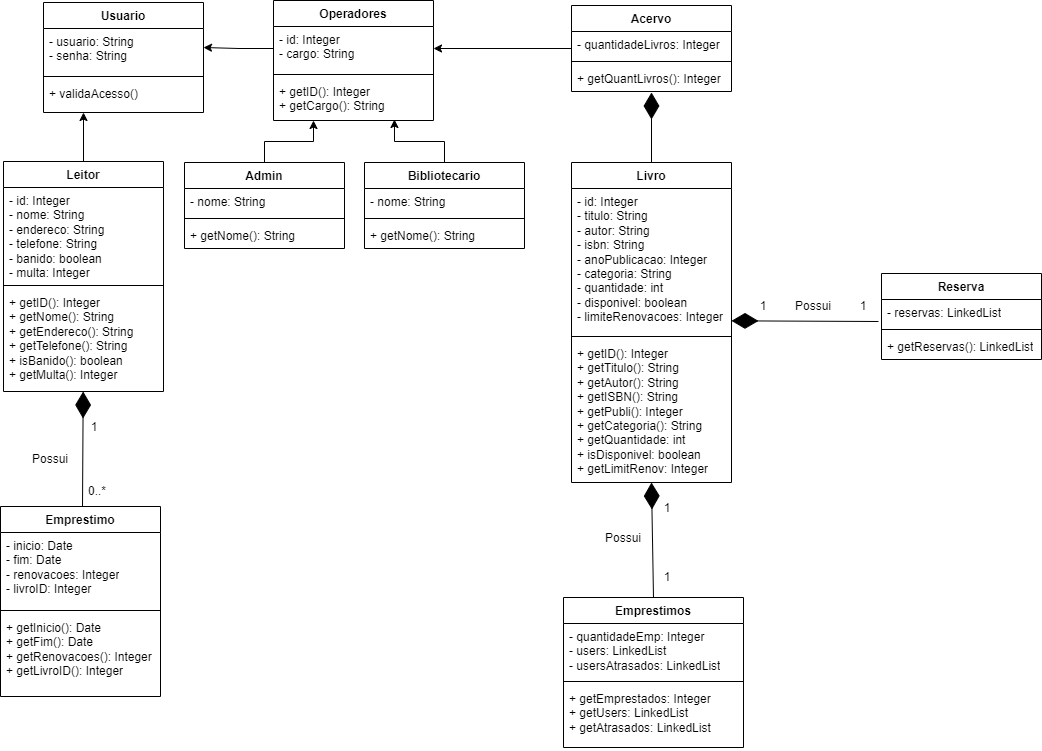
Above: docs/DiagramaClasses.png in micaelmz/library-management-system (draw.io), before the change. Source tidied: cells renumbered, new cells last; positions are measured from the earlier drawing's top-left corner, leaving out a move shared by most shapes.
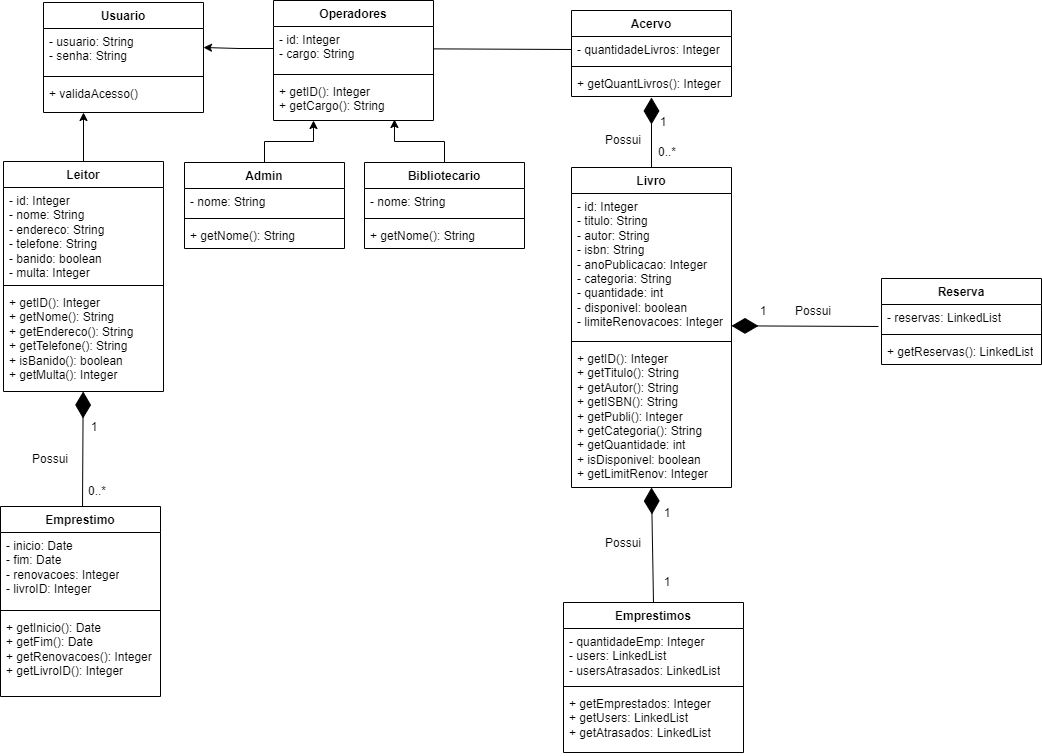
Later version of the same file.

Commit message:
📚docs: Atualização no Diagrama de Classes

The edit, as a diff of the source:
```diff
@@ -60,7 +60,7 @@
       <mxGeometry y="60" width="160" height="26" as="geometry" />
     </mxCell>
     <mxCell id="21" value="Livro" style="swimlane;fontStyle=1;align=center;verticalAlign=top;horizontal=1;startSize=26;whiteSpace=wrap;html=1;labelBackgroundColor=none;" parent="1" vertex="1">
-      <mxGeometry x="571" y="162" width="160" height="320" as="geometry" />
+      <mxGeometry x="571" y="167" width="160" height="320" as="geometry" />
     </mxCell>
     <mxCell id="22" value="- id: Integer&lt;br&gt;- titulo: String&lt;br&gt;- autor: String&lt;br&gt;- isbn: String&lt;br&gt;- anoPublicacao: Integer&lt;br&gt;- categoria: String&lt;br&gt;- quantidade: int&lt;br&gt;- disponivel: boolean&lt;br&gt;- limiteRenovacoes: Integer" style="text;strokeColor=none;fillColor=none;align=left;verticalAlign=top;spacingLeft=4;spacingRight=4;overflow=hidden;points=[[0,0.5],[1,0.5]];portConstraint=eastwest;whiteSpace=wrap;html=1;labelBackgroundColor=none;" parent="21" vertex="1">
       <mxGeometry y="26" width="160" height="144" as="geometry" />
@@ -74,11 +74,8 @@
     <mxCell id="25" style="endArrow=diamondThin;endFill=1;endSize=24;html=1;rounded=0;exitX=0.25;exitY=1;exitDx=0;exitDy=0;labelBackgroundColor=none;fontColor=default;" parent="1" edge="1" source="46" target="10">
       <mxGeometry relative="1" as="geometry" />
     </mxCell>
-    <mxCell id="26" style="edgeStyle=orthogonalEdgeStyle;rounded=0;jettySize=auto;html=1;entryX=1;entryY=0.5;entryDx=0;entryDy=0;labelBackgroundColor=none;fontColor=default;" parent="1" edge="1" source="27" target="42">
-      <mxGeometry relative="1" as="geometry" />
-    </mxCell>
     <mxCell id="27" value="Acervo" style="swimlane;fontStyle=1;align=center;verticalAlign=top;horizontal=1;startSize=26;whiteSpace=wrap;html=1;labelBackgroundColor=none;" parent="1" vertex="1">
-      <mxGeometry x="571" y="5" width="160" height="86" as="geometry" />
+      <mxGeometry x="571" y="10" width="160" height="86" as="geometry" />
     </mxCell>
     <mxCell id="28" value="- quantidadeLivros: Integer" style="text;strokeColor=none;fillColor=none;align=left;verticalAlign=top;spacingLeft=4;spacingRight=4;overflow=hidden;points=[[0,0.5],[1,0.5]];portConstraint=eastwest;whiteSpace=wrap;html=1;labelBackgroundColor=none;" parent="27" vertex="1">
       <mxGeometry y="26" width="160" height="26" as="geometry" />
@@ -105,7 +102,7 @@
       <mxGeometry y="108" width="160" height="82" as="geometry" />
     </mxCell>
     <mxCell id="36" value="Reserva" style="swimlane;fontStyle=1;align=center;verticalAlign=top;horizontal=1;startSize=26;whiteSpace=wrap;html=1;labelBackgroundColor=none;" parent="1" vertex="1">
-      <mxGeometry x="881" y="273" width="160" height="86" as="geometry" />
+      <mxGeometry x="881" y="278" width="160" height="86" as="geometry" />
     </mxCell>
     <mxCell id="37" value="- reservas: LinkedList" style="text;strokeColor=none;fillColor=none;align=left;verticalAlign=top;spacingLeft=4;spacingRight=4;overflow=hidden;points=[[0,0.5],[1,0.5]];portConstraint=eastwest;whiteSpace=wrap;html=1;labelBackgroundColor=none;" parent="36" vertex="1">
       <mxGeometry y="26" width="160" height="26" as="geometry" />
@@ -146,16 +143,16 @@
       <mxGeometry x="20" y="444" width="60" height="30" as="geometry" />
     </mxCell>
     <mxCell id="49" value="Possui" style="text;html=1;strokeColor=none;fillColor=none;align=center;verticalAlign=middle;whiteSpace=wrap;rounded=0;" parent="1" vertex="1">
-      <mxGeometry x="783" y="291" width="60" height="30" as="geometry" />
+      <mxGeometry x="783" y="296" width="60" height="30" as="geometry" />
     </mxCell>
     <mxCell id="50" value="1" style="text;html=1;strokeColor=none;fillColor=none;align=center;verticalAlign=middle;whiteSpace=wrap;rounded=0;" parent="1" vertex="1">
-      <mxGeometry x="733" y="291" width="60" height="30" as="geometry" />
+      <mxGeometry x="733" y="296" width="60" height="30" as="geometry" />
     </mxCell>
     <mxCell id="51" value="1" style="text;html=1;strokeColor=none;fillColor=none;align=center;verticalAlign=middle;whiteSpace=wrap;rounded=0;" parent="1" vertex="1">
-      <mxGeometry x="833" y="291" width="60" height="30" as="geometry" />
+      <mxGeometry x="633" y="107" width="60" height="30" as="geometry" />
     </mxCell>
     <mxCell id="52" value="Emprestimos" style="swimlane;fontStyle=1;align=center;verticalAlign=top;horizontal=1;startSize=26;whiteSpace=wrap;html=1;labelBackgroundColor=none;" parent="1" vertex="1">
-      <mxGeometry x="563" y="597" width="180" height="150" as="geometry" />
+      <mxGeometry x="563" y="602" width="180" height="150" as="geometry" />
     </mxCell>
     <mxCell id="53" value="- quantidadeEmp: Integer&lt;br&gt;- users: LinkedList&lt;br&gt;- usersAtrasados: LinkedList" style="text;strokeColor=none;fillColor=none;align=left;verticalAlign=top;spacingLeft=4;spacingRight=4;overflow=hidden;whiteSpace=wrap;html=1;labelBackgroundColor=none;" parent="52" vertex="1">
       <mxGeometry y="26" width="180" height="54" as="geometry" />
@@ -170,13 +167,22 @@
       <mxGeometry relative="1" as="geometry" />
     </mxCell>
     <mxCell id="57" value="Possui" style="text;html=1;strokeColor=none;fillColor=none;align=center;verticalAlign=middle;whiteSpace=wrap;rounded=0;" parent="1" vertex="1">
-      <mxGeometry x="593" y="523" width="60" height="30" as="geometry" />
+      <mxGeometry x="593" y="528" width="60" height="30" as="geometry" />
     </mxCell>
     <mxCell id="58" value="1" style="text;html=1;strokeColor=none;fillColor=none;align=center;verticalAlign=middle;whiteSpace=wrap;rounded=0;" parent="1" vertex="1">
-      <mxGeometry x="637" y="493" width="60" height="30" as="geometry" />
+      <mxGeometry x="637" y="498" width="60" height="30" as="geometry" />
     </mxCell>
     <mxCell id="59" value="1" style="text;html=1;strokeColor=none;fillColor=none;align=center;verticalAlign=middle;whiteSpace=wrap;rounded=0;" parent="1" vertex="1">
-      <mxGeometry x="637" y="562" width="60" height="30" as="geometry" />
+      <mxGeometry x="637" y="567" width="60" height="30" as="geometry" />
     </mxCell>
+    <mxCell id="60" value="Possui" style="text;html=1;strokeColor=none;fillColor=none;align=center;verticalAlign=middle;whiteSpace=wrap;rounded=0;" parent="1" vertex="1">
+      <mxGeometry x="593" y="125" width="60" height="30" as="geometry" />
+    </mxCell>
+    <mxCell id="61" value="0..*" style="text;html=1;strokeColor=none;fillColor=none;align=center;verticalAlign=middle;whiteSpace=wrap;rounded=0;" parent="1" vertex="1">
+      <mxGeometry x="637" y="137" width="60" height="30" as="geometry" />
+    </mxCell>
+    <mxCell id="62" style="endArrow=none;html=1;rounded=0;entryX=0;entryY=0.5;entryDx=0;entryDy=0;" parent="1" edge="1" source="42" target="28">
+      <mxGeometry relative="1" as="geometry" />
+    </mxCell>
   </root>
 </mxGraphModel>
```
